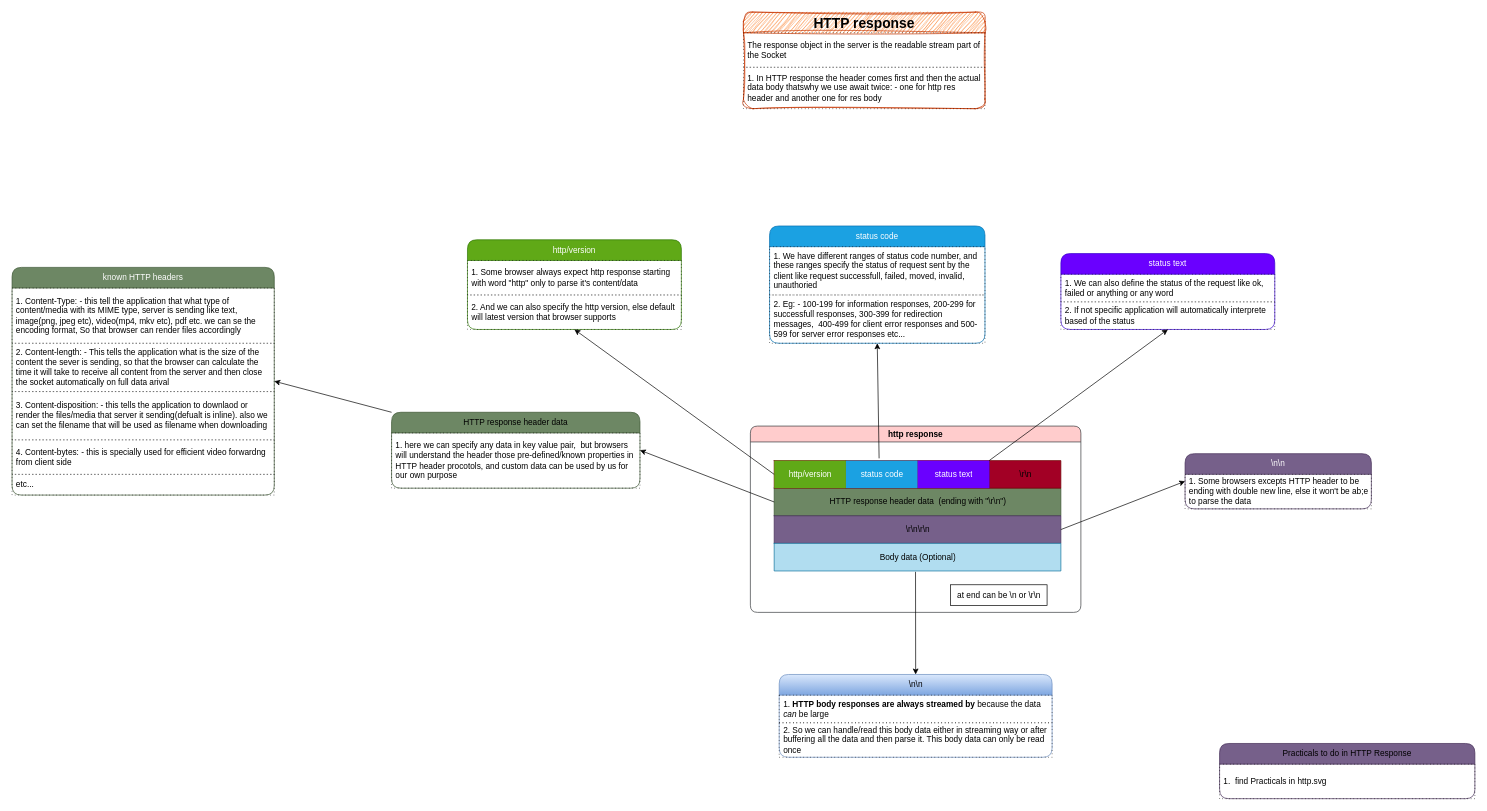
This is computer-networking/protocols/hypertext-transfer-protocol/http-res/httpres.dio from knkrn5/Programming-Concepts, a draw.io file, before an edit. Source tidied: cells renumbered, new cells numbered last; positions are measured from the earlier drawing's top-left corner, leaving out a move shared by most shapes. Both pictures are drawn from the tidied source at 69%, with x=0, y=0 at pixel (12, 12).
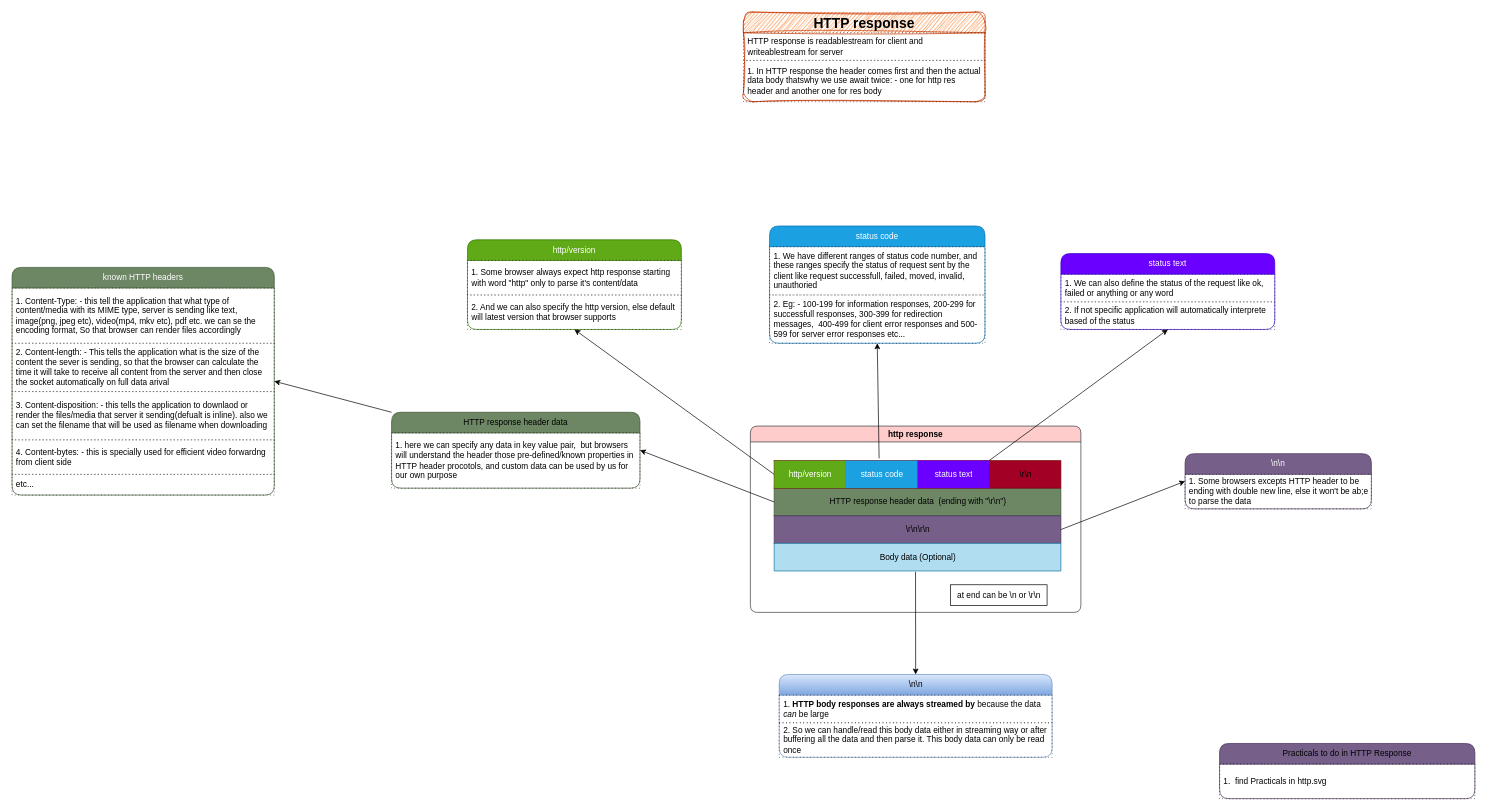
The same diagram, later.

What changed in the source:
```diff
@@
     <mxCell id="34" value="&lt;span style=&quot;font-size: 20px;&quot;&gt;&lt;b&gt;HTTP response&lt;/b&gt;&lt;/span&gt;" style="swimlane;fontStyle=0;horizontal=1;startSize=30;whiteSpace=wrap;html=1;rounded=1;fillColor=#fa6800;fontColor=#000000;strokeColor=#C73500;sketch=1;curveFitting=1;jiggle=2;" parent="1" vertex="1">
-      <mxGeometry x="1060" width="350" height="140" as="geometry" />
+      <mxGeometry x="1060" width="350" height="130" as="geometry" />
     </mxCell>
-    <mxCell id="35" value="The response object in the server is the readable stream part of the Socket" style="text;strokeColor=default;fillColor=none;align=left;verticalAlign=middle;spacingLeft=4;spacingRight=4;overflow=hidden;whiteSpace=wrap;html=1;dashed=1;dashPattern=1 4;" parent="34" vertex="1">
-      <mxGeometry y="30" width="350" height="50" as="geometry" />
+    <mxCell id="35" value="HTTP response is readablestream for client and writeablestream for server" style="text;strokeColor=default;fillColor=none;align=left;verticalAlign=middle;spacingLeft=4;spacingRight=4;overflow=hidden;whiteSpace=wrap;html=1;dashed=1;dashPattern=1 4;" parent="34" vertex="1">
+      <mxGeometry y="30" width="350" height="40" as="geometry" />
     </mxCell>
     <mxCell id="36" value="1. In HTTP response the header comes first and then the actual data body thatswhy we use await twice: - one for http res header and another one for res body" style="text;strokeColor=default;fillColor=none;align=left;verticalAlign=middle;spacingLeft=4;spacingRight=4;overflow=hidden;whiteSpace=wrap;html=1;dashed=1;dashPattern=1 4;" parent="34" vertex="1">
-      <mxGeometry y="80" width="350" height="60" as="geometry" />
+      <mxGeometry y="70" width="350" height="60" as="geometry" />
     </mxCell>
```
